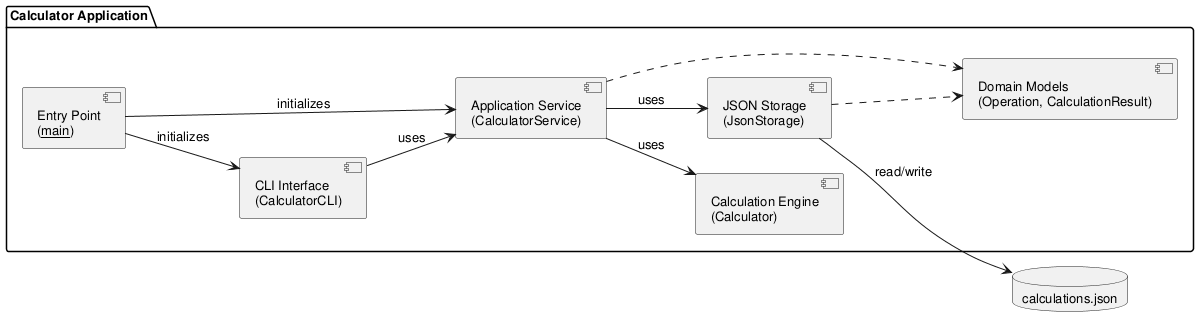
Above: experiments/broadcast/test_driven/calculator/artifacts/component_diagram.png in DanielRiha8906/Software_autoevolution_using_agents (PlantUML), before the change.
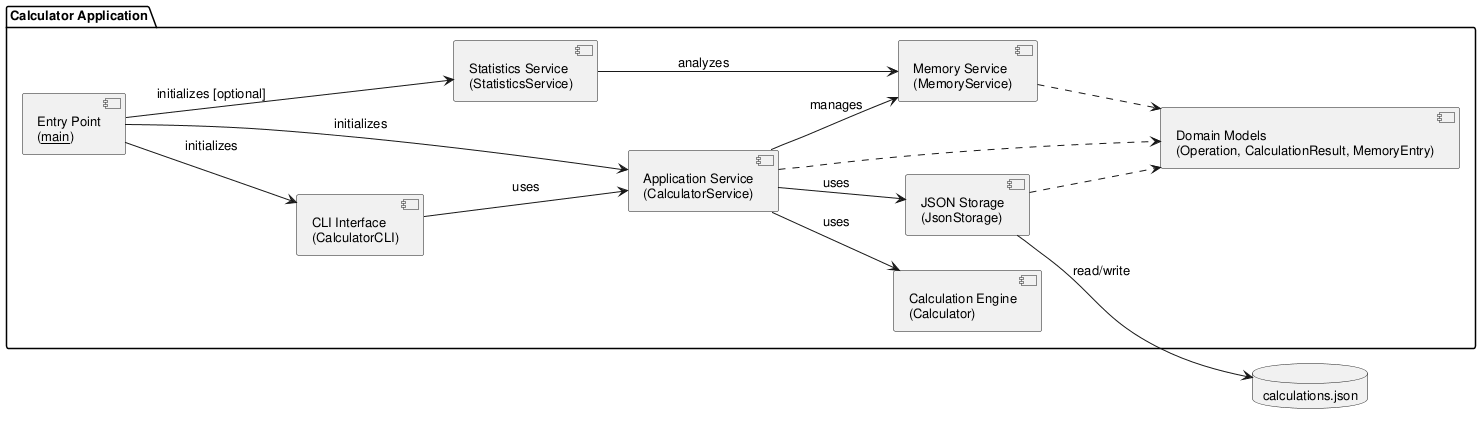
The same file after the commit.

The edit, as a diff of the source:
```diff
@@ -9,19 +9,26 @@
     component "Entry Point\n(__main__)" as Main
     component "CLI Interface\n(CalculatorCLI)" as CLI
     component "Application Service\n(CalculatorService)" as Service
+    component "Memory Service\n(MemoryService)" as Memory
+    component "Statistics Service\n(StatisticsService)" as Stats
     component "Calculation Engine\n(Calculator)" as Calc
     component "JSON Storage\n(JsonStorage)" as Store
-    component "Domain Models\n(Operation, CalculationResult)" as Models
+    component "Domain Models\n(Operation, CalculationResult, MemoryEntry)" as Models
 
     Main --> CLI : initializes
     Main --> Service : initializes
+    Main --> Stats : initializes [optional]
 
     CLI --> Service : uses
     Service --> Calc : uses
     Service --> Store : uses
+    Service --> Memory : manages
+
+    Stats --> Memory : analyzes
 
     Service ..> Models
     Store ..> Models
+    Memory ..> Models
 }
 
 database "calculations.json" as DB
```
